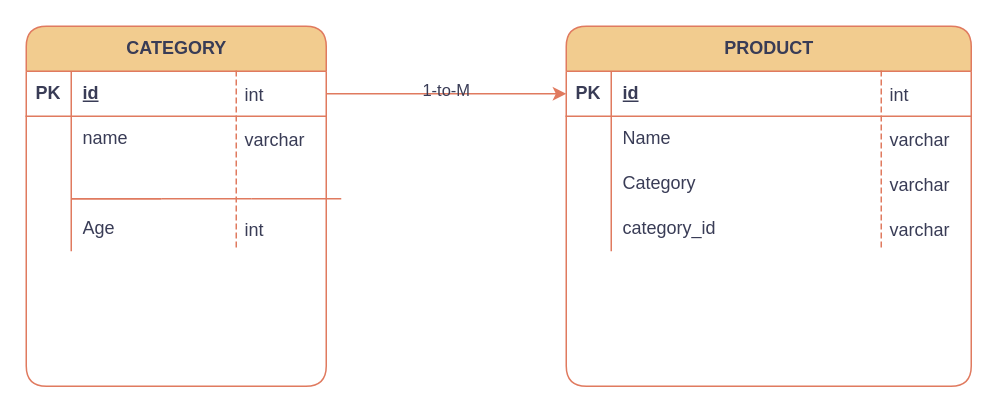
Earlier version of the draw.io diagram FEEL THE VIBE LIQUOR STORE.drawio (SGathuku/python-phase3-final-project). Source tidied: cells renumbered, new cells numbered last; positions are measured from the earlier drawing's top-left corner, leaving out a move shared by most shapes. Both pictures are drawn from the tidied source at 150%, with x=0, y=0 at pixel (26, 26).
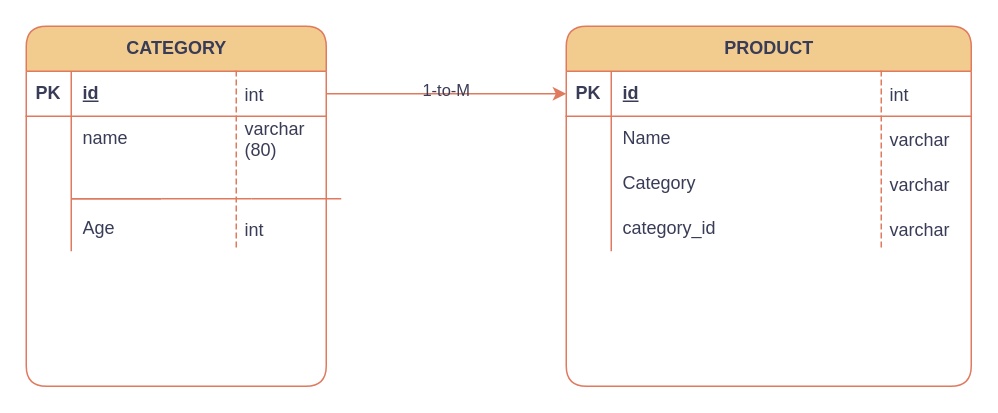
Above is the later version.

Change to the diagram source:
```diff
@@
-    <mxCell id="30" value="varchar" style="shape=partialRectangle;fillColor=none;align=left;verticalAlign=middle;strokeColor=none;spacingLeft=34;fontColor=#393C56;" parent="1" vertex="1">
+    <mxCell id="30" value="varchar&#10;(80)" style="shape=partialRectangle;fillColor=none;align=left;verticalAlign=middle;strokeColor=none;spacingLeft=34;fontColor=#393C56;" parent="1" vertex="1">
       <mxGeometry x="110" y="60" width="90" height="30" as="geometry" />
     </mxCell>
```
